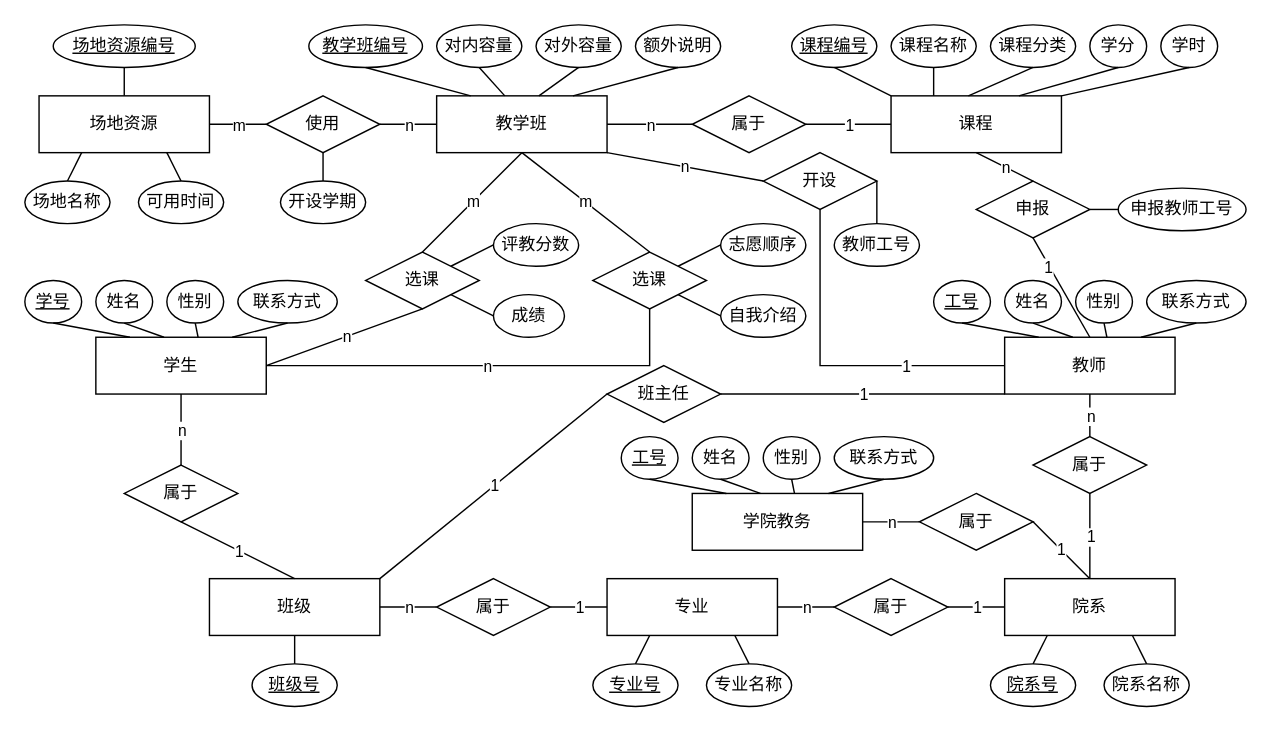
Earlier version of the draw.io diagram 系统设计报告/img/conceptional_schema/er.drawio (ap0stader/BUAA_DB). Source tidied: cells renumbered, new cells numbered last; positions are measured from the earlier drawing's top-left corner, leaving out a move shared by most shapes. Both pictures are drawn from the tidied source at 142%, with x=0, y=0 at pixel (24, 24).
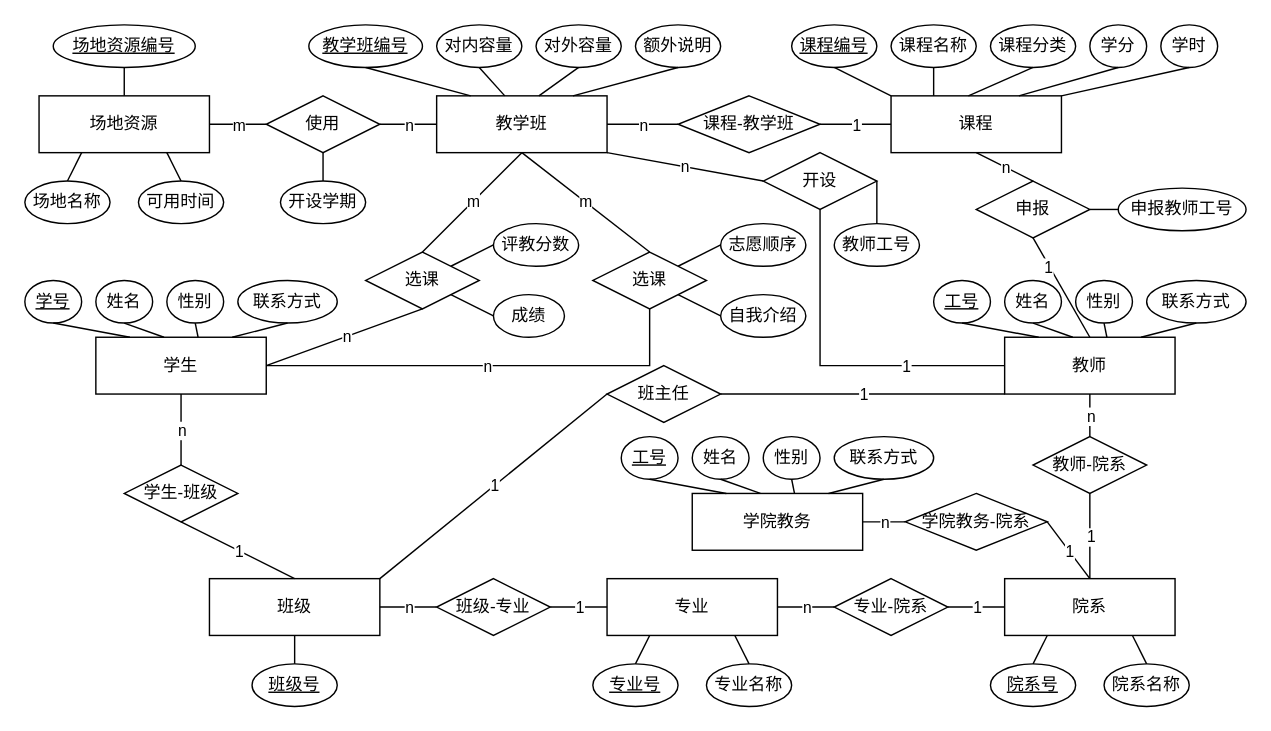
Above is the later version.

Diff of the diagram source:
```diff
@@
-    <mxCell id="14" value="属于" style="rhombus;whiteSpace=wrap;html=1;fontFamily=宋体-简;" parent="1" vertex="1">
+    <mxCell id="14" value="专业-院系" style="rhombus;whiteSpace=wrap;html=1;fontFamily=宋体-简;" parent="1" vertex="1">
       <mxGeometry x="570" y="390" width="80" height="40" as="geometry" />
     </mxCell>
@@
-    <mxCell id="19" value="属于" style="rhombus;whiteSpace=wrap;html=1;fontFamily=宋体-简;" parent="1" vertex="1">
+    <mxCell id="19" value="班级-专业" style="rhombus;whiteSpace=wrap;html=1;fontFamily=宋体-简;" parent="1" vertex="1">
       <mxGeometry x="290" y="390" width="80" height="40" as="geometry" />
     </mxCell>
@@
-    <mxCell id="34" value="属于" style="rhombus;whiteSpace=wrap;html=1;fontFamily=宋体-简;" parent="1" vertex="1">
+    <mxCell id="34" value="学生-班级" style="rhombus;whiteSpace=wrap;html=1;fontFamily=宋体-简;" parent="1" vertex="1">
       <mxGeometry x="70" y="310" width="80" height="40" as="geometry" />
     </mxCell>
@@
-    <mxCell id="48" value="属于" style="rhombus;whiteSpace=wrap;html=1;fontFamily=宋体-简;" parent="1" vertex="1">
+    <mxCell id="48" value="教师-院系" style="rhombus;whiteSpace=wrap;html=1;fontFamily=宋体-简;" parent="1" vertex="1">
       <mxGeometry x="710" y="290" width="80" height="40" as="geometry" />
     </mxCell>
@@
-    <mxCell id="73" value="属于" style="rhombus;whiteSpace=wrap;html=1;fontFamily=宋体-简;" parent="1" vertex="1">
-      <mxGeometry x="470" y="50" width="80" height="40" as="geometry" />
+    <mxCell id="73" value="课程-教学班" style="rhombus;whiteSpace=wrap;html=1;fontFamily=宋体-简;" parent="1" vertex="1">
+      <mxGeometry x="460" y="50" width="100" height="40" as="geometry" />
     </mxCell>
@@
-    <mxCell id="83" value="属于" style="rhombus;whiteSpace=wrap;html=1;fontFamily=宋体-简;" parent="1" vertex="1">
-      <mxGeometry x="630" y="330" width="80" height="40" as="geometry" />
+    <mxCell id="83" value="学院教务-院系" style="rhombus;whiteSpace=wrap;html=1;fontFamily=宋体-简;" parent="1" vertex="1">
+      <mxGeometry x="620" y="330" width="100" height="40" as="geometry" />
     </mxCell>
```
